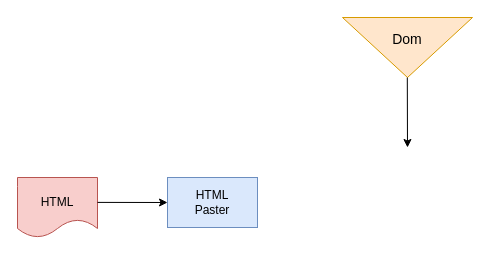
This is UMLetDraw.drawio from Yaozongbin0828/UMLetDraw, a draw.io file, before an edit. Source tidied: cells renumbered, new cells numbered last; positions are measured from the earlier drawing's top-left corner, leaving out a move shared by most shapes. Both pictures are drawn from the tidied source at 100%, with x=0, y=0 at pixel (17, -18).
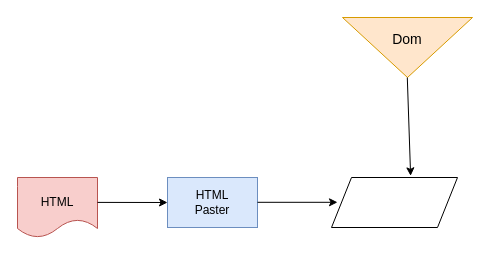
After the change.

What changed in the source:
```diff
@@
 <mxGraphModel>
   <root>
     <mxCell id="0" />
     <mxCell id="1" parent="0" />
     <mxCell id="2" style="triangle;whiteSpace=wrap;html=1;rotation=90;fillColor=#ffe6cc;strokeColor=#d79b00;" parent="1" vertex="1">
       <mxGeometry x="360" width="60" height="130" as="geometry" />
     </mxCell>
     <mxCell id="3" value="&lt;font style=&quot;font-size: 14px;&quot;&gt;Dom&lt;/font&gt;&lt;div style=&quot;font-size: 14px;&quot;&gt;&lt;br&gt;&lt;/div&gt;" style="text;html=1;align=center;verticalAlign=middle;whiteSpace=wrap;rounded=0;" parent="1" vertex="1">
       <mxGeometry x="360" y="50" width="60" height="30" as="geometry" />
     </mxCell>
-    <mxCell id="4" style="endArrow=classic;html=1;rounded=0;" parent="1" edge="1">
+    <mxCell id="4" style="endArrow=classic;html=1;rounded=0;entryX=0.628;entryY=-0.033;entryDx=0;entryDy=0;entryPerimeter=0;" parent="1" edge="1" target="10">
       <mxGeometry relative="1" as="geometry">
         <mxPoint x="389.8" y="95" as="sourcePoint" />
-        <mxPoint x="390" y="165" as="targetPoint" />
       </mxGeometry>
     </mxCell>
     <mxCell id="5" style="shape=document;whiteSpace=wrap;html=1;boundedLbl=1;fillColor=#f8cecc;strokeColor=#b85450;" parent="1" vertex="1">
       <mxGeometry y="195" width="80" height="60" as="geometry" />
     </mxCell>
     <mxCell id="6" value="HTML" style="text;html=1;align=center;verticalAlign=middle;whiteSpace=wrap;rounded=0;" parent="1" vertex="1">
       <mxGeometry x="10" y="205" width="60" height="30" as="geometry" />
     </mxCell>
     <mxCell id="7" value="HTML&lt;div&gt;Paster&lt;/div&gt;" style="rounded=0;whiteSpace=wrap;html=1;fillColor=#dae8fc;strokeColor=#6c8ebf;" parent="1" vertex="1">
       <mxGeometry x="150" y="195" width="90" height="50" as="geometry" />
     </mxCell>
     <mxCell id="8" style="endArrow=classic;html=1;rounded=0;entryX=0;entryY=0.5;entryDx=0;entryDy=0;" parent="1" edge="1" target="7">
       <mxGeometry relative="1" as="geometry">
         <mxPoint x="80" y="219.9" as="sourcePoint" />
       </mxGeometry>
     </mxCell>
+    <mxCell id="9" style="endArrow=classic;html=1;rounded=0;" parent="1" edge="1">
+      <mxGeometry relative="1" as="geometry">
+        <mxPoint x="240" y="219.8" as="sourcePoint" />
+        <mxPoint x="320" y="219.8" as="targetPoint" />
+      </mxGeometry>
+    </mxCell>
+    <mxCell id="10" style="shape=parallelogram;perimeter=parallelogramPerimeter;whiteSpace=wrap;html=1;fixedSize=1;" parent="1" vertex="1">
+      <mxGeometry x="314" y="195" width="126" height="50" as="geometry" />
+    </mxCell>
   </root>
 </mxGraphModel>
```
